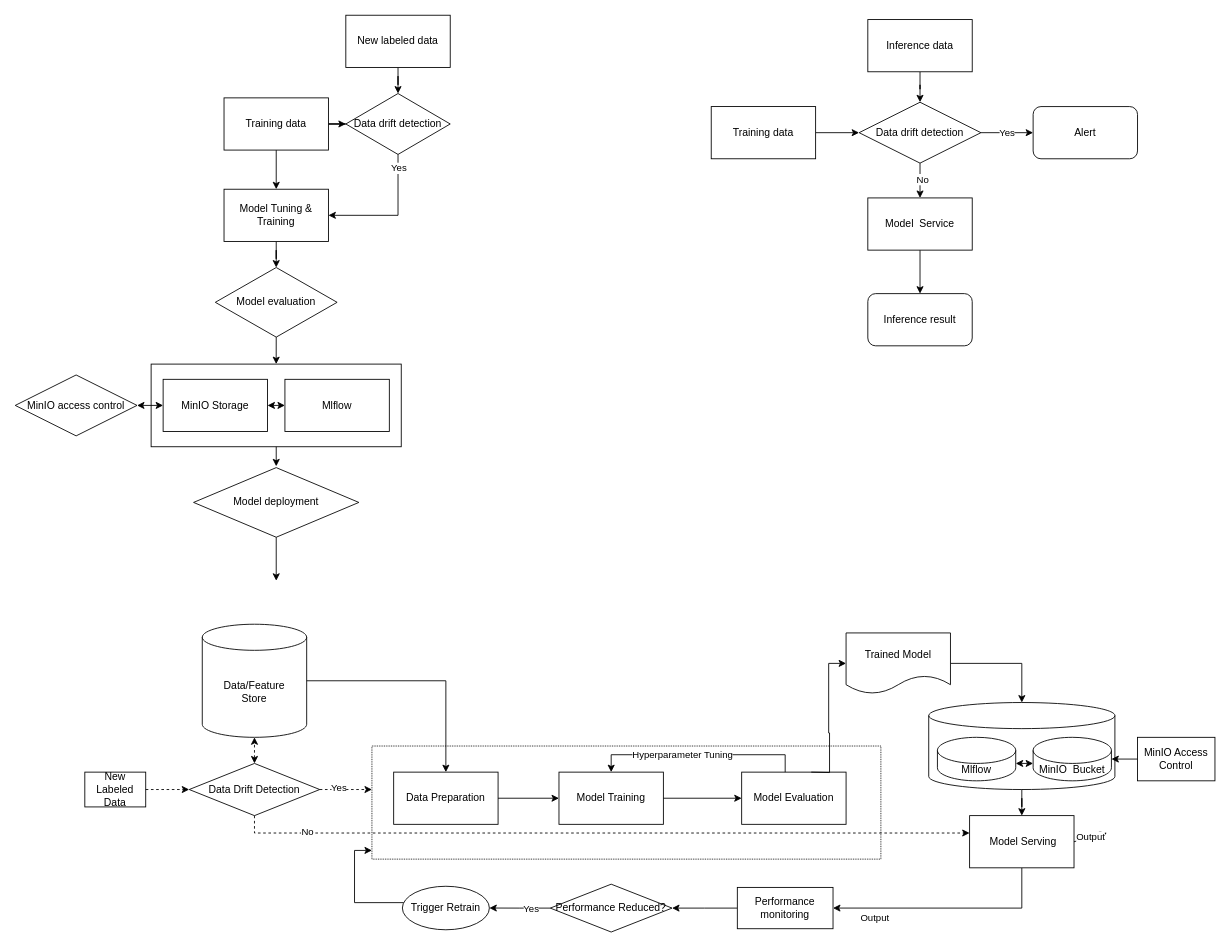
The draw.io diagram Untitled Diagram.drawio in ZhongNingmou/draw.io, before the edit. Source tidied: cells renumbered, new cells numbered last; positions are measured from the earlier drawing's top-left corner, leaving out a move shared by most shapes. Both pictures are drawn from the tidied source at 87%, with x=0, y=0 at pixel (15, 15).
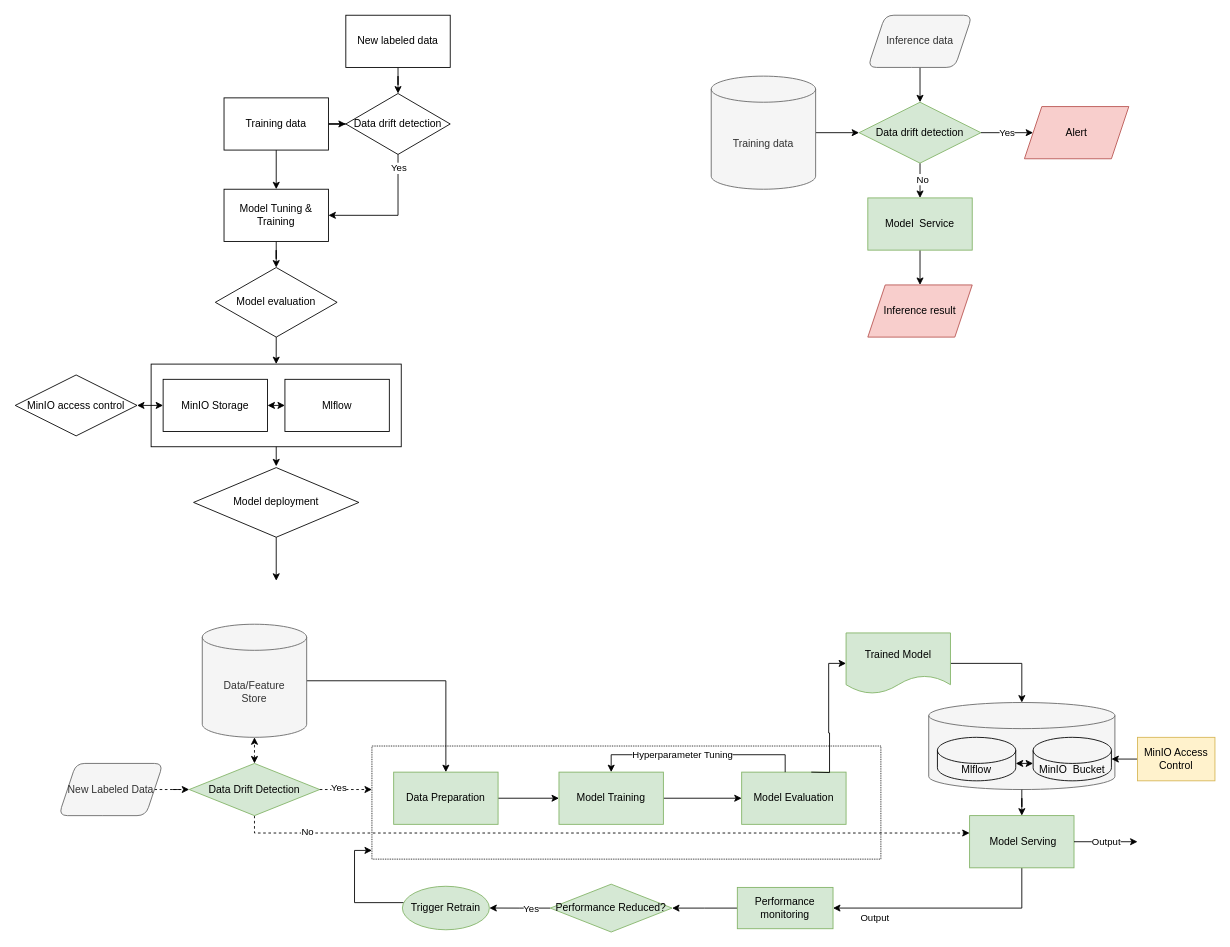
Above is the later version.

Change to the diagram source:
```diff
@@
-    <mxCell id="2" style="shape=cylinder3;whiteSpace=wrap;html=1;boundedLbl=1;backgroundOutline=1;size=15;rounded=0;shadow=0;glass=0;sketch=0;fillColor=none;" parent="1" vertex="1">
+    <mxCell id="2" style="shape=cylinder3;whiteSpace=wrap;html=1;boundedLbl=1;backgroundOutline=1;size=15;rounded=0;shadow=0;glass=0;sketch=0;fillColor=#f5f5f5;fontColor=#333333;strokeColor=#666666;" parent="1" vertex="1">
       <mxGeometry x="1050" y="790" width="214" height="100" as="geometry" />
     </mxCell>
@@
-    <mxCell id="14" style="edgeStyle=orthogonalEdgeStyle;rounded=0;jettySize=auto;html=1;" parent="1" edge="1" source="15" target="19">
+    <mxCell id="14" style="edgeStyle=orthogonalEdgeStyle;rounded=0;jettySize=auto;html=1;exitX=0.5;exitY=1;exitDx=0;exitDy=0;" parent="1" edge="1" source="15" target="19">
       <mxGeometry relative="1" as="geometry" />
     </mxCell>
-    <mxCell id="15" value="Inference data" style="rounded=0;whiteSpace=wrap;html=1;" parent="1" vertex="1">
-      <mxGeometry x="980" y="5" width="120" height="60" as="geometry" />
-    </mxCell>
@@
-    <mxCell id="19" value="Data drift detection" style="rhombus;whiteSpace=wrap;html=1;" parent="1" vertex="1">
+    <mxCell id="19" value="Data drift detection" style="rhombus;whiteSpace=wrap;html=1;fillColor=#d5e8d4;strokeColor=#82b366;" parent="1" vertex="1">
       <mxGeometry x="970" y="100" width="140" height="70" as="geometry" />
     </mxCell>
@@
-    <mxCell id="23" style="edgeStyle=orthogonalEdgeStyle;rounded=0;jettySize=auto;html=1;" parent="1" edge="1" source="24" target="19">
+    <mxCell id="23" style="edgeStyle=orthogonalEdgeStyle;rounded=0;jettySize=auto;html=1;exitX=1;exitY=0.5;exitDx=0;exitDy=0;exitPerimeter=0;" parent="1" edge="1" source="24" target="19">
       <mxGeometry relative="1" as="geometry" />
     </mxCell>
-    <mxCell id="24" value="Training data" style="rounded=0;whiteSpace=wrap;html=1;" parent="1" vertex="1">
-      <mxGeometry x="800" y="105" width="120" height="60" as="geometry" />
-    </mxCell>
-    <mxCell id="25" style="edgeStyle=orthogonalEdgeStyle;rounded=0;jettySize=auto;html=1;" parent="1" edge="1" source="26" target="28">
+    <mxCell id="25" style="edgeStyle=orthogonalEdgeStyle;rounded=0;jettySize=auto;html=1;entryX=0.5;entryY=0;entryDx=0;entryDy=0;" parent="1" edge="1" source="26" target="28">
       <mxGeometry relative="1" as="geometry" />
     </mxCell>
-    <mxCell id="26" value="Model &amp;nbsp;Service" style="rounded=0;whiteSpace=wrap;html=1;" parent="1" vertex="1">
+    <mxCell id="26" value="Model &amp;nbsp;Service" style="rounded=0;whiteSpace=wrap;html=1;fillColor=#d5e8d4;strokeColor=#82b366;" parent="1" vertex="1">
       <mxGeometry x="980" y="210" width="120" height="60" as="geometry" />
     </mxCell>
-    <mxCell id="27" value="Alert" style="rounded=1;whiteSpace=wrap;html=1;" parent="1" vertex="1">
-      <mxGeometry x="1170" y="105" width="120" height="60" as="geometry" />
-    </mxCell>
-    <mxCell id="28" value="Inference result" style="rounded=1;whiteSpace=wrap;html=1;" parent="1" vertex="1">
-      <mxGeometry x="980" y="320" width="120" height="60" as="geometry" />
-    </mxCell>
@@
-    <mxCell id="39" value="Data Drift Detection" style="rhombus;whiteSpace=wrap;html=1;rounded=0;fillColor=none;gradientColor=none;" parent="1" vertex="1">
+    <mxCell id="39" value="Data Drift Detection" style="rhombus;whiteSpace=wrap;html=1;rounded=0;fillColor=#d5e8d4;strokeColor=#82b366;" parent="1" vertex="1">
       <mxGeometry x="200" y="860" width="150" height="60" as="geometry" />
     </mxCell>
@@
-    <mxCell id="41" value="Data Preparation" style="rounded=0;whiteSpace=wrap;html=1;fillColor=none;gradientColor=none;" parent="1" vertex="1">
+    <mxCell id="41" value="Data Preparation" style="rounded=0;whiteSpace=wrap;html=1;fillColor=#d5e8d4;strokeColor=#82b366;" parent="1" vertex="1">
       <mxGeometry x="435" y="870" width="120" height="60" as="geometry" />
     </mxCell>
@@
-    <mxCell id="43" value="Model Training" style="rounded=0;whiteSpace=wrap;html=1;fillColor=none;gradientColor=none;" parent="1" vertex="1">
+    <mxCell id="43" value="Model Training" style="rounded=0;whiteSpace=wrap;html=1;fillColor=#d5e8d4;strokeColor=#82b366;" parent="1" vertex="1">
       <mxGeometry x="625" y="870" width="120" height="60" as="geometry" />
     </mxCell>
-    <mxCell id="44" value="Model Evaluation" style="rounded=0;whiteSpace=wrap;html=1;fillColor=none;gradientColor=none;" parent="1" vertex="1">
+    <mxCell id="44" value="Model Evaluation" style="rounded=0;whiteSpace=wrap;html=1;fillColor=#d5e8d4;strokeColor=#82b366;" parent="1" vertex="1">
       <mxGeometry x="835" y="870" width="120" height="60" as="geometry" />
     </mxCell>
@@
-    <mxCell id="49" value="Data/Feature&lt;br&gt;Store" style="shape=cylinder3;whiteSpace=wrap;html=1;boundedLbl=1;backgroundOutline=1;size=15;rounded=0;fillColor=none;gradientColor=none;" parent="1" vertex="1">
+    <mxCell id="49" value="Data/Feature&lt;br&gt;Store" style="shape=cylinder3;whiteSpace=wrap;html=1;boundedLbl=1;backgroundOutline=1;size=15;rounded=0;fillColor=#f5f5f5;fontColor=#333333;strokeColor=#666666;" parent="1" vertex="1">
       <mxGeometry x="215" y="700" width="120" height="130" as="geometry" />
     </mxCell>
@@
-    <mxCell id="51" value="Trained Model" style="shape=document;whiteSpace=wrap;html=1;boundedLbl=1;" parent="1" vertex="1">
+    <mxCell id="51" value="Trained Model" style="shape=document;whiteSpace=wrap;html=1;boundedLbl=1;fillColor=#d5e8d4;strokeColor=#82b366;" parent="1" vertex="1">
       <mxGeometry x="955" y="710" width="120" height="70" as="geometry" />
     </mxCell>
@@
-    <mxCell id="55" value="&amp;nbsp;Model Serving" style="rounded=0;whiteSpace=wrap;html=1;" parent="1" vertex="1">
+    <mxCell id="55" value="&amp;nbsp;Model Serving" style="rounded=0;whiteSpace=wrap;html=1;fillColor=#d5e8d4;strokeColor=#82b366;" parent="1" vertex="1">
       <mxGeometry x="1097" y="920" width="120" height="60" as="geometry" />
     </mxCell>
@@
-    <mxCell id="57" value="Performance monitoring" style="rounded=0;whiteSpace=wrap;html=1;glass=0;shadow=0;sketch=0;" parent="1" vertex="1">
+    <mxCell id="57" value="Performance monitoring" style="rounded=0;whiteSpace=wrap;html=1;glass=0;shadow=0;sketch=0;fillColor=#d5e8d4;strokeColor=#82b366;" parent="1" vertex="1">
       <mxGeometry x="830" y="1002.5" width="110" height="47.5" as="geometry" />
     </mxCell>
@@
-    <mxCell id="60" value="Performance Reduced?" style="rhombus;whiteSpace=wrap;html=1;rounded=0;shadow=0;glass=0;sketch=0;" parent="1" vertex="1">
+    <mxCell id="60" value="Performance Reduced?" style="rhombus;whiteSpace=wrap;html=1;rounded=0;shadow=0;glass=0;sketch=0;fillColor=#d5e8d4;strokeColor=#82b366;" parent="1" vertex="1">
       <mxGeometry x="615" y="998.8" width="140" height="55" as="geometry" />
     </mxCell>
@@
-    <mxCell id="62" value="Trigger Retrain" style="ellipse;whiteSpace=wrap;html=1;rounded=0;shadow=0;glass=0;sketch=0;" parent="1" vertex="1">
+    <mxCell id="62" value="Trigger Retrain" style="ellipse;whiteSpace=wrap;html=1;rounded=0;shadow=0;glass=0;sketch=0;fillColor=#d5e8d4;strokeColor=#82b366;" parent="1" vertex="1">
       <mxGeometry x="445" y="1001.2" width="100" height="50" as="geometry" />
     </mxCell>
@@
     <mxCell id="65" value="Output" style="endArrow=classic;html=1;rounded=0;exitX=1;exitY=0.5;exitDx=0;exitDy=0;" parent="1" edge="1" source="55">
       <mxGeometry relative="1" as="geometry">
-        <mxPoint x="1255" y="940" as="targetPoint" />
+        <mxPoint x="1290" y="950" as="targetPoint" />
+        <Array as="points">
+          <mxPoint x="1270" y="950" />
+        </Array>
       </mxGeometry>
     </mxCell>
@@
-    <mxCell id="68" value="MinIO Access Control" style="rounded=0;whiteSpace=wrap;html=1;shadow=0;glass=0;sketch=0;fillColor=none;" parent="1" vertex="1">
+    <mxCell id="68" value="MinIO Access Control" style="rounded=0;whiteSpace=wrap;html=1;shadow=0;glass=0;sketch=0;fillColor=#fff2cc;strokeColor=#d6b656;" parent="1" vertex="1">
       <mxGeometry x="1290" y="830" width="89" height="50" as="geometry" />
     </mxCell>
@@
-    <mxCell id="71" style="edgeStyle=orthogonalEdgeStyle;rounded=0;jettySize=auto;html=1;dashed=1;" parent="1" edge="1" source="72" target="39">
+    <mxCell id="71" style="edgeStyle=orthogonalEdgeStyle;rounded=0;jettySize=auto;html=1;dashed=1;exitX=1;exitY=0.5;exitDx=0;exitDy=0;" parent="1" edge="1" source="72" target="39">
       <mxGeometry relative="1" as="geometry" />
     </mxCell>
+    <mxCell id="73" style="endArrow=classic;startArrow=classic;html=1;rounded=0;dashed=1;entryX=0.5;entryY=1;entryDx=0;entryDy=0;entryPerimeter=0;" parent="1" edge="1" source="39" target="49">
+      <mxGeometry relative="1" as="geometry" />
+    </mxCell>
-    <mxCell id="72" value="New Labeled Data" style="rounded=0;whiteSpace=wrap;html=1;shadow=0;glass=0;sketch=0;fillColor=none;" parent="1" vertex="1">
-      <mxGeometry x="80" y="870" width="70" height="40" as="geometry" />
+    <mxCell id="72" value="New Labeled Data" style="shape=parallelogram;perimeter=parallelogramPerimeter;whiteSpace=wrap;html=1;fixedSize=1;rounded=1;fillColor=#f5f5f5;fontColor=#333333;strokeColor=#666666;" parent="1" vertex="1">
+      <mxGeometry x="50" y="860" width="120" height="60" as="geometry" />
     </mxCell>
-    <mxCell id="73" style="endArrow=classic;startArrow=classic;html=1;rounded=0;dashed=1;entryX=0.5;entryY=1;entryDx=0;entryDy=0;entryPerimeter=0;" parent="1" edge="1" source="39" target="49">
-      <mxGeometry relative="1" as="geometry" />
-    </mxCell>
+    <mxCell id="15" value="Inference data" style="shape=parallelogram;perimeter=parallelogramPerimeter;whiteSpace=wrap;html=1;fixedSize=1;rounded=1;fillColor=#f5f5f5;fontColor=#333333;strokeColor=#666666;" parent="1" vertex="1">
+      <mxGeometry x="980" width="120" height="60" as="geometry" />
+    </mxCell>
+    <mxCell id="28" value="Inference result" style="shape=parallelogram;perimeter=parallelogramPerimeter;whiteSpace=wrap;html=1;fixedSize=1;rounded=0;fillColor=#f8cecc;strokeColor=#b85450;" parent="1" vertex="1">
+      <mxGeometry x="980" y="310" width="120" height="60" as="geometry" />
+    </mxCell>
+    <mxCell id="27" value="Alert" style="shape=parallelogram;perimeter=parallelogramPerimeter;whiteSpace=wrap;html=1;fixedSize=1;rounded=0;fillColor=#f8cecc;strokeColor=#b85450;" parent="1" vertex="1">
+      <mxGeometry x="1160" y="105" width="120" height="60" as="geometry" />
+    </mxCell>
+    <mxCell id="24" value="Training data" style="shape=cylinder3;whiteSpace=wrap;html=1;boundedLbl=1;backgroundOutline=1;size=15;rounded=0;fillColor=#f5f5f5;fontColor=#333333;strokeColor=#666666;" parent="1" vertex="1">
+      <mxGeometry x="800" y="70" width="120" height="130" as="geometry" />
+    </mxCell>
```
